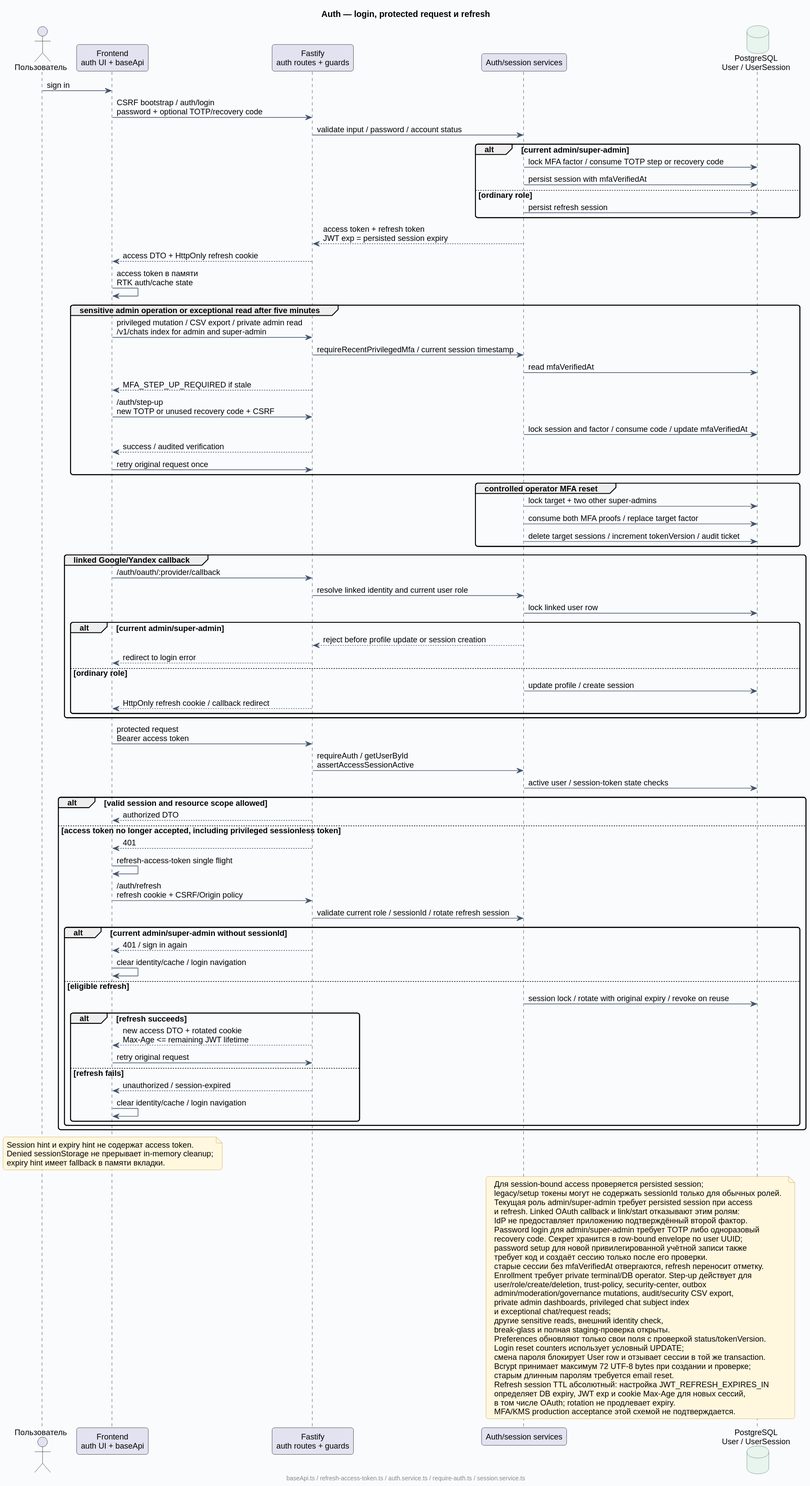
This is docs/diagrams/rendered/07-auth-session.svg from Dima163163/auto-care-hub, a PlantUML export, as it was before one commit. Its diagram source:
```plantuml
@startuml
!include _style.puml
title Auth — login, protected request и refresh
actor "Пользователь" as User
participant "Frontend\nauth UI + baseApi" as Front
participant "Fastify\nauth routes + guards" as API
participant "Auth/session services" as Auth
database "PostgreSQL\nUser / UserSession" as PG
User -> Front : sign in
Front -> API : CSRF bootstrap / auth/login\npassword + optional TOTP/recovery code
API -> Auth : validate input / password / account status
alt current admin/super-admin
  Auth -> PG : lock MFA factor / consume TOTP step or recovery code
  Auth -> PG : persist session with mfaVerifiedAt
else ordinary role
  Auth -> PG : persist refresh session
end
Auth --> API : access token + refresh token\nJWT exp = persisted session expiry
API --> Front : access DTO + HttpOnly refresh cookie
Front -> Front : access token в памяти\nRTK auth/cache state
group sensitive admin operation or exceptional read after five minutes
  Front -> API : privileged mutation / CSV export / private admin read\n/v1/chats index for admin and super-admin
  API -> Auth : requireRecentPrivilegedMfa / current session timestamp
  Auth -> PG : read mfaVerifiedAt
  API --> Front : MFA_STEP_UP_REQUIRED if stale
  Front -> API : /auth/step-up\nnew TOTP or unused recovery code + CSRF
  Auth -> PG : lock session and factor / consume code / update mfaVerifiedAt
  API --> Front : success / audited verification
  Front -> API : retry original request once
end
group controlled operator MFA reset
  Auth -> PG : lock target + two other super-admins
  Auth -> PG : consume both MFA proofs / replace target factor
  Auth -> PG : delete target sessions / increment tokenVersion / audit ticket
end
group linked Google/Yandex callback
  Front -> API : /auth/oauth/:provider/callback
  API -> Auth : resolve linked identity and current user role
  Auth -> PG : lock linked user row
  alt current admin/super-admin
    Auth --> API : reject before profile update or session creation
    API --> Front : redirect to login error
  else ordinary role
    Auth -> PG : update profile / create session
    API --> Front : HttpOnly refresh cookie / callback redirect
  end
end
Front -> API : protected request\nBearer access token
API -> Auth : requireAuth / getUserById\nassertAccessSessionActive
Auth -> PG : active user / session-token state checks
alt valid session and resource scope allowed
  API --> Front : authorized DTO
else access token no longer accepted, including privileged sessionless token
  API --> Front : 401
  Front -> Front : refresh-access-token single flight
  Front -> API : /auth/refresh\nrefresh cookie + CSRF/Origin policy
  API -> Auth : validate current role / sessionId / rotate refresh session
  alt current admin/super-admin without sessionId
    API --> Front : 401 / sign in again
    Front -> Front : clear identity/cache / login navigation
  else eligible refresh
    Auth -> PG : session lock / rotate with original expiry / revoke on reuse
    alt refresh succeeds
      API --> Front : new access DTO + rotated cookie\nMax-Age <= remaining JWT lifetime
      Front -> API : retry original request
    else refresh fails
      API --> Front : unauthorized / session-expired
      Front -> Front : clear identity/cache / login navigation
    end
  end
end
note over Front
  Session hint и expiry hint не содержат access token.
  Denied sessionStorage не прерывает in-memory cleanup;
  expiry hint имеет fallback в памяти вкладки.
end note
note over Auth, PG
  Для session-bound access проверяется persisted session;
  legacy/setup токены могут не содержать sessionId только для обычных ролей.
  Текущая роль admin/super-admin требует persisted session при access
  и refresh. Linked OAuth callback и link/start отказывают этим ролям:
  IdP не предоставляет приложению подтверждённый второй фактор.
  Password login для admin/super-admin требует TOTP либо одноразовый
  recovery code. Секрет хранится в row-bound envelope по user UUID;
  password setup для новой привилегированной учётной записи также
  требует код и создаёт сессию только после его проверки.
  старые сессии без mfaVerifiedAt отвергаются, refresh переносит отметку.
  Enrollment требует private terminal/DB operator. Step-up действует для
  user/role/create/deletion, trust-policy, security-center, outbox
  admin/moderation/governance mutations, audit/security CSV export,
  private admin dashboards, privileged chat subject index
  и exceptional chat/request reads;
  другие sensitive reads, внешний identity check,
  break-glass и полная staging-проверка открыты.
  Preferences обновляют только свои поля с проверкой status/tokenVersion.
  Login reset counters использует условный UPDATE;
  смена пароля блокирует User row и отзывает сессии в той же transaction.
  Bcrypt принимает максимум 72 UTF-8 bytes при создании и проверке;
  старым длинным паролям требуется email reset.
  Refresh session TTL абсолютный: настройка JWT_REFRESH_EXPIRES_IN
  определяет DB expiry, JWT exp и cookie Max-Age для новых сессий,
  в том числе OAuth; rotation не продлевает expiry.
  MFA/KMS production acceptance этой схемой не подтверждается.
end note
footer baseApi.ts / refresh-access-token.ts / auth.service.ts / require-auth.ts / session.service.ts
@enduml
```
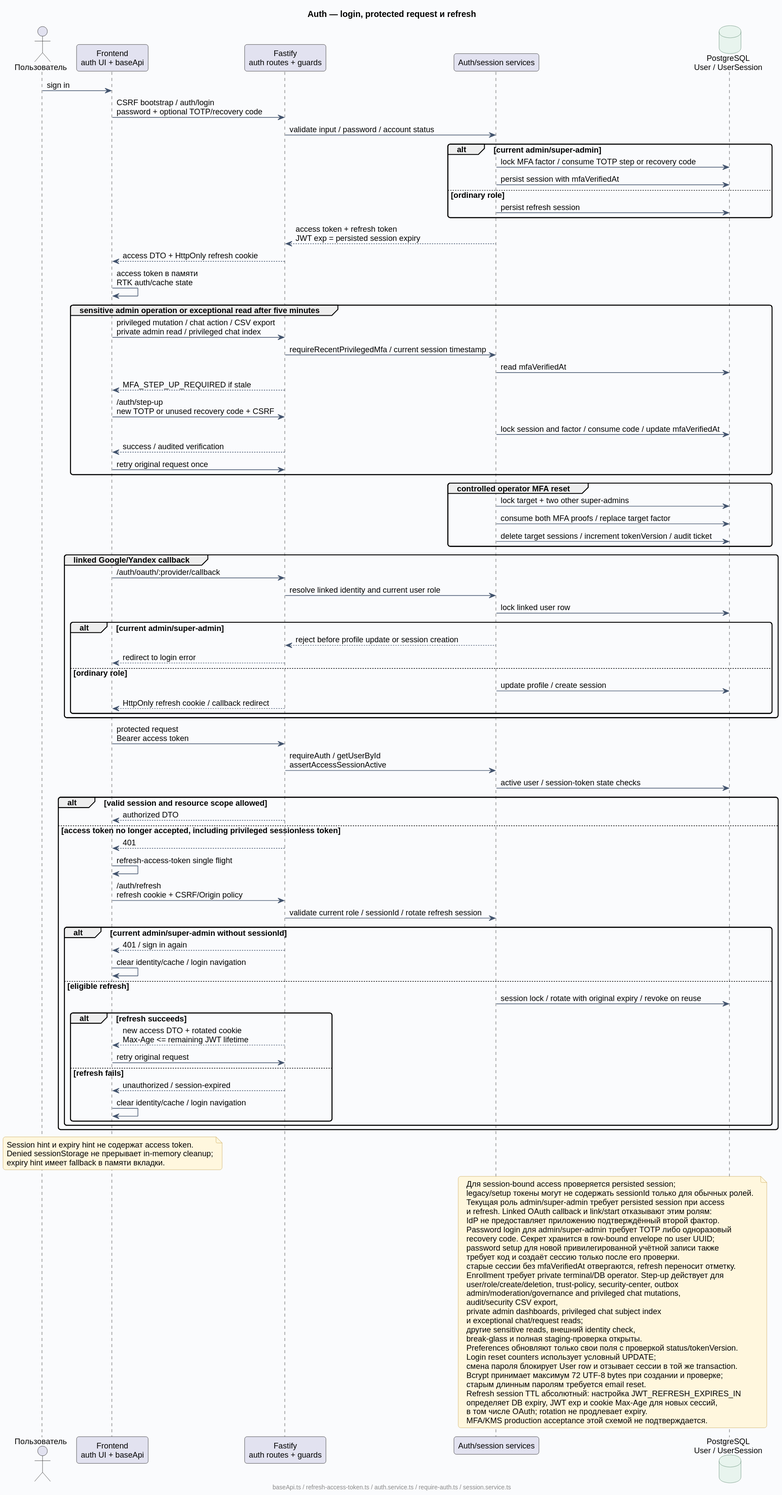
After the change.

Commit message:
security: require MFA for privileged chat actions (U03)

The edit, as a diff of the source:
```diff
@@ -19,7 +19,7 @@
 API --> Front : access DTO + HttpOnly refresh cookie
 Front -> Front : access token в памяти\nRTK auth/cache state
 group sensitive admin operation or exceptional read after five minutes
-  Front -> API : privileged mutation / CSV export / private admin read\n/v1/chats index for admin and super-admin
+  Front -> API : privileged mutation / chat action / CSV export\nprivate admin read / privileged chat index
   API -> Auth : requireRecentPrivilegedMfa / current session timestamp
   Auth -> PG : read mfaVerifiedAt
   API --> Front : MFA_STEP_UP_REQUIRED if stale
@@ -87,7 +87,8 @@
   старые сессии без mfaVerifiedAt отвергаются, refresh переносит отметку.
   Enrollment требует private terminal/DB operator. Step-up действует для
   user/role/create/deletion, trust-policy, security-center, outbox
-  admin/moderation/governance mutations, audit/security CSV export,
+  admin/moderation/governance and privileged chat mutations,
+  audit/security CSV export,
   private admin dashboards, privileged chat subject index
   и exceptional chat/request reads;
   другие sensitive reads, внешний identity check,
```
